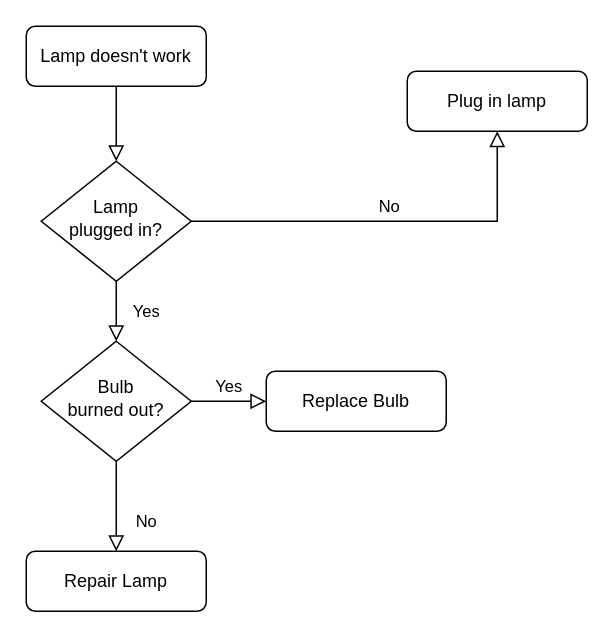
Above: Диаграмма без названия.drawio in Ashwagandha-coder/Test_Text_2 (draw.io), before the change. Source tidied: cells renumbered, new cells numbered last; positions are measured from the earlier drawing's top-left corner, leaving out a move shared by most shapes. Both pictures are drawn from the tidied source at 150%, with x=0, y=0 at pixel (26, 26).
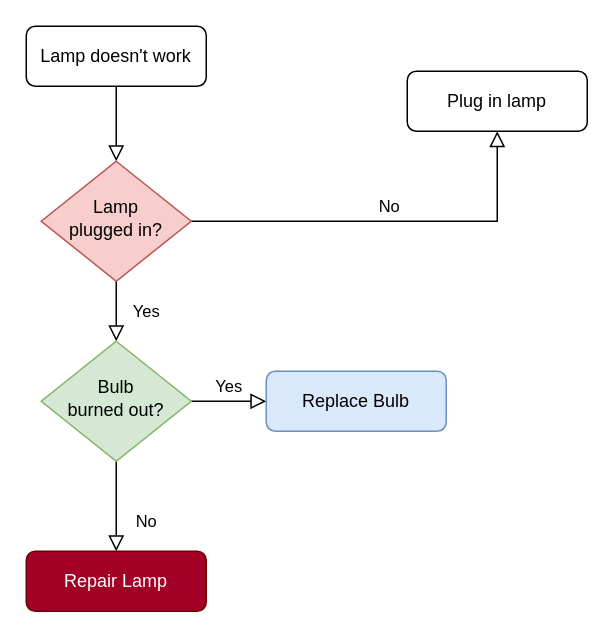
Above is the later version.

The edit, as a diff of the source:
```diff
@@
 <mxGraphModel>
   <root>
     <mxCell id="0" />
     <mxCell id="1" parent="0" />
     <mxCell id="2" style="rounded=0;html=1;jettySize=auto;fontSize=11;endArrow=block;endFill=0;endSize=8;strokeWidth=1;shadow=0;labelBackgroundColor=none;edgeStyle=orthogonalEdgeStyle;" parent="1" edge="1" source="3" target="6">
       <mxGeometry relative="1" as="geometry" />
     </mxCell>
     <mxCell id="3" value="Lamp doesn't work" style="rounded=1;whiteSpace=wrap;html=1;fontSize=12;glass=0;strokeWidth=1;shadow=0;" parent="1" vertex="1">
       <mxGeometry width="120" height="40" as="geometry" />
     </mxCell>
     <mxCell id="4" value="Yes" style="rounded=0;html=1;jettySize=auto;fontSize=11;endArrow=block;endFill=0;endSize=8;strokeWidth=1;shadow=0;labelBackgroundColor=none;edgeStyle=orthogonalEdgeStyle;" parent="1" edge="1" source="6" target="10">
       <mxGeometry y="20" relative="1" as="geometry" />
     </mxCell>
     <mxCell id="5" value="No" style="edgeStyle=orthogonalEdgeStyle;rounded=0;html=1;jettySize=auto;fontSize=11;endArrow=block;endFill=0;endSize=8;strokeWidth=1;shadow=0;labelBackgroundColor=none;" parent="1" edge="1" source="6" target="7">
       <mxGeometry y="10" relative="1" as="geometry" />
     </mxCell>
-    <mxCell id="6" value="Lamp&lt;br&gt;plugged in?" style="rhombus;whiteSpace=wrap;html=1;shadow=0;fontFamily=Helvetica;fontSize=12;align=center;strokeWidth=1;spacing=6;spacingTop=-4;" parent="1" vertex="1">
+    <mxCell id="6" value="Lamp&lt;br&gt;plugged in?" style="rhombus;whiteSpace=wrap;html=1;shadow=0;fontFamily=Helvetica;fontSize=12;align=center;strokeWidth=1;spacing=6;spacingTop=-4;fillColor=#f8cecc;strokeColor=#b85450;" parent="1" vertex="1">
       <mxGeometry x="10" y="90" width="100" height="80" as="geometry" />
     </mxCell>
     <mxCell id="7" value="Plug in lamp" style="rounded=1;whiteSpace=wrap;html=1;fontSize=12;glass=0;strokeWidth=1;shadow=0;" parent="1" vertex="1">
       <mxGeometry x="254" y="30" width="120" height="40" as="geometry" />
     </mxCell>
     <mxCell id="8" value="No" style="rounded=0;html=1;jettySize=auto;fontSize=11;endArrow=block;endFill=0;endSize=8;strokeWidth=1;shadow=0;labelBackgroundColor=none;edgeStyle=orthogonalEdgeStyle;" parent="1" edge="1" source="10" target="11">
       <mxGeometry x="0.33" y="20" relative="1" as="geometry" />
     </mxCell>
     <mxCell id="9" value="Yes" style="edgeStyle=orthogonalEdgeStyle;rounded=0;html=1;jettySize=auto;fontSize=11;endArrow=block;endFill=0;endSize=8;strokeWidth=1;shadow=0;labelBackgroundColor=none;" parent="1" edge="1" source="10" target="12">
       <mxGeometry y="10" relative="1" as="geometry" />
     </mxCell>
-    <mxCell id="10" value="Bulb&lt;br&gt;burned out?" style="rhombus;whiteSpace=wrap;html=1;shadow=0;fontFamily=Helvetica;fontSize=12;align=center;strokeWidth=1;spacing=6;spacingTop=-4;" parent="1" vertex="1">
+    <mxCell id="10" value="Bulb&lt;br&gt;burned out?" style="rhombus;whiteSpace=wrap;html=1;shadow=0;fontFamily=Helvetica;fontSize=12;align=center;strokeWidth=1;spacing=6;spacingTop=-4;fillColor=#d5e8d4;strokeColor=#82b366;" parent="1" vertex="1">
       <mxGeometry x="10" y="210" width="100" height="80" as="geometry" />
     </mxCell>
-    <mxCell id="11" value="Repair Lamp" style="rounded=1;whiteSpace=wrap;html=1;fontSize=12;glass=0;strokeWidth=1;shadow=0;" parent="1" vertex="1">
+    <mxCell id="11" value="Repair Lamp" style="rounded=1;whiteSpace=wrap;html=1;fontSize=12;glass=0;strokeWidth=1;shadow=0;fillColor=#a20025;fontColor=#ffffff;strokeColor=#6F0000;" parent="1" vertex="1">
       <mxGeometry y="350" width="120" height="40" as="geometry" />
     </mxCell>
-    <mxCell id="12" value="Replace Bulb" style="rounded=1;whiteSpace=wrap;html=1;fontSize=12;glass=0;strokeWidth=1;shadow=0;" parent="1" vertex="1">
+    <mxCell id="12" value="Replace Bulb" style="rounded=1;whiteSpace=wrap;html=1;fontSize=12;glass=0;strokeWidth=1;shadow=0;fillColor=#dae8fc;strokeColor=#6c8ebf;" parent="1" vertex="1">
       <mxGeometry x="160" y="230" width="120" height="40" as="geometry" />
     </mxCell>
   </root>
 </mxGraphModel>
```
